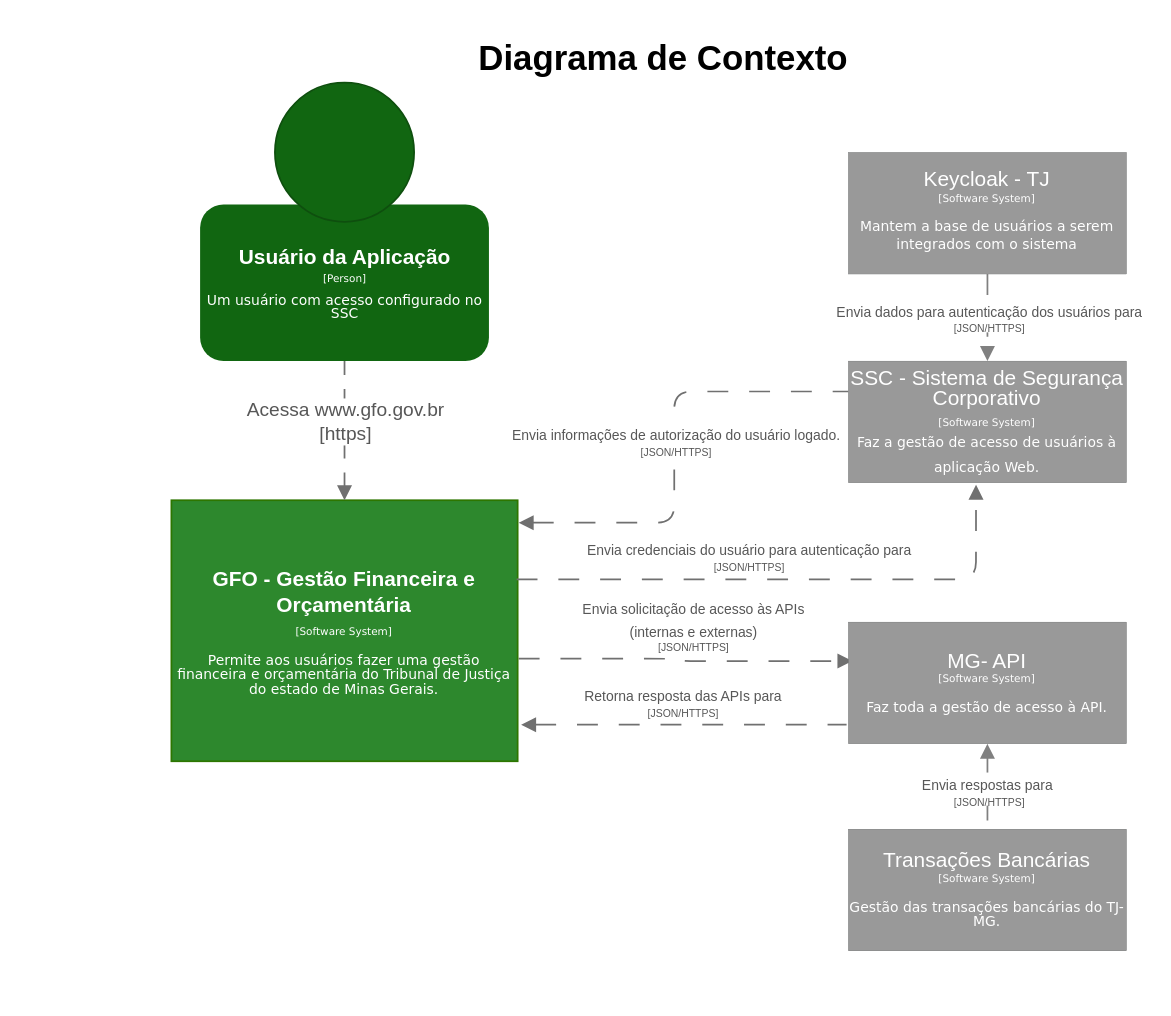
Earlier version of the draw.io diagram drawio/Diagrama Context v1.drawio (vitorecdias/drawio). Source tidied: cells renumbered, new cells numbered last; positions are measured from the earlier drawing's top-left corner, leaving out a move shared by most shapes. Both pictures are drawn from the tidied source at 174%, with x=0, y=0 at pixel (171, 30).
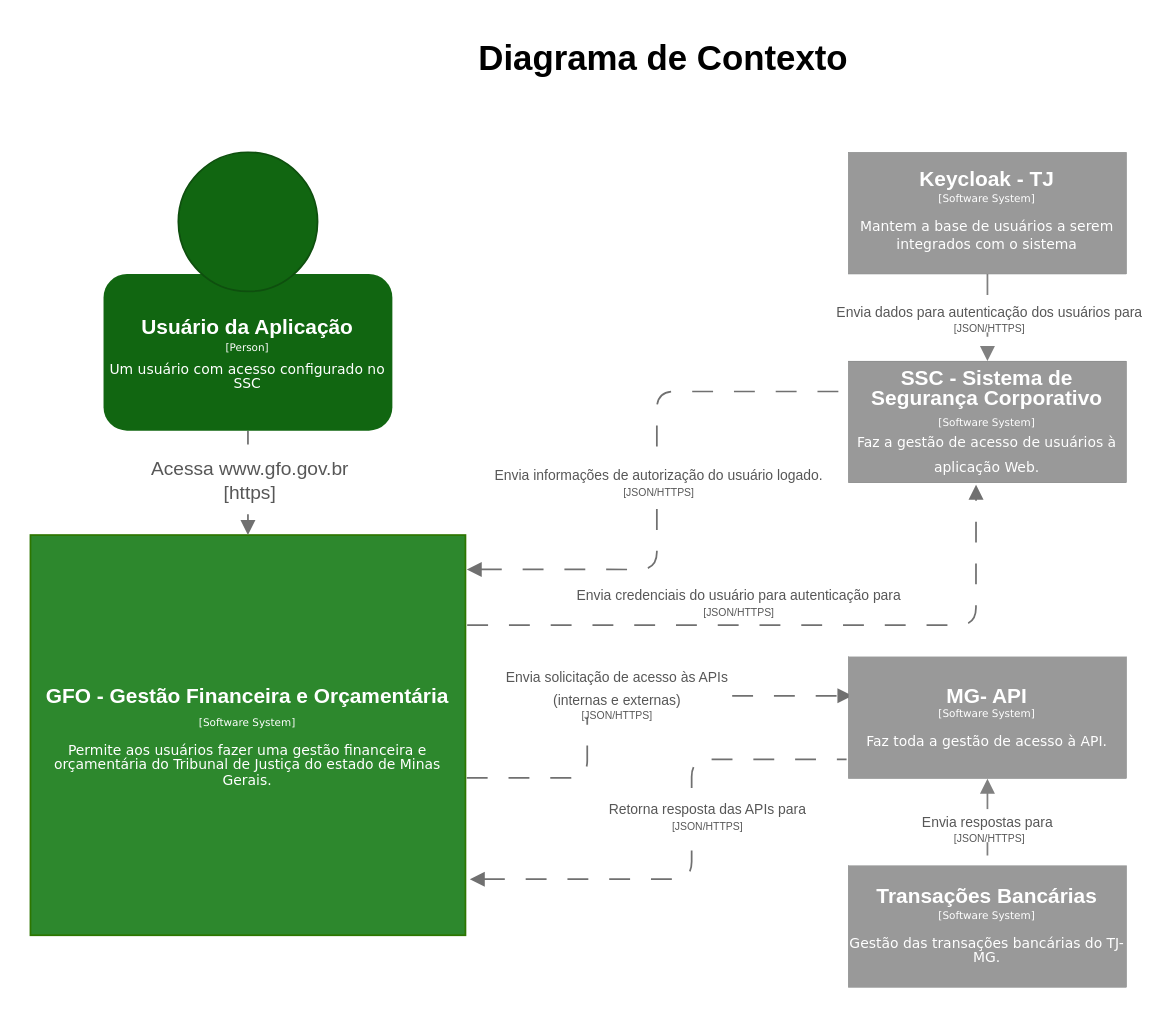
The same page after the edit.

The edit, as a diff of the source:
```diff
@@
     <mxCell id="3" style="edgeStyle=orthogonalEdgeStyle;rounded=1;jettySize=auto;html=1;curved=0;strokeColor=light-dark(#707070,#EDEDED);dashed=1;dashPattern=12 12;entryX=0.015;entryY=0.32;entryDx=0;entryDy=0;endArrow=block;endFill=1;exitX=1.003;exitY=0.607;exitDx=0;exitDy=0;exitPerimeter=0;entryPerimeter=0;" parent="1" edge="1" source="5" target="9">
-      <mxGeometry relative="1" as="geometry" />
+      <mxGeometry relative="1" as="geometry">
+        <Array as="points">
+          <mxPoint x="239" y="430" />
+          <mxPoint x="239" y="382" />
+        </Array>
+      </mxGeometry>
     </mxCell>
     <mxCell id="4" value="&lt;font style=&quot;color: rgb(87, 87, 87); font-size: 8px; line-height: 30%;&quot;&gt;Envia solicitação de acesso às APIs&lt;br&gt;(internas e externas)&lt;/font&gt;&lt;div style=&quot;line-height: 20%;&quot;&gt;&lt;font style=&quot;font-size: 6px; color: rgb(87, 87, 87); line-height: 20%;&quot;&gt;[JSON/HTTPS]&lt;/font&gt;&lt;/div&gt;" style="edgeLabel;html=1;align=center;verticalAlign=middle;" parent="3" vertex="1">
       <mxGeometry x="-0.14" relative="1" as="geometry">
-        <mxPoint x="17" y="-21" as="offset" />
+        <mxPoint x="17" y="-3" as="offset" />
       </mxGeometry>
     </mxCell>
     <mxCell id="5" value="&lt;div style=&quot;line-height: 70%;&quot;&gt;&lt;font&gt;&lt;b style=&quot;line-height: 130%;&quot;&gt;GFO - Gestão Financeira e Orçamentária&lt;/b&gt;&lt;/font&gt;&lt;div&gt;&lt;font face=&quot;Verdana&quot; style=&quot;font-size: 6px; line-height: 70%;&quot;&gt;[Software System]&lt;/font&gt;&lt;/div&gt;&lt;div&gt;&lt;font face=&quot;Verdana&quot; style=&quot;font-size: 6px; line-height: 70%;&quot;&gt;&lt;br&gt;&lt;/font&gt;&lt;/div&gt;&lt;div&gt;&lt;font face=&quot;Verdana&quot; style=&quot;line-height: 70%; font-size: 8px;&quot;&gt;Permite aos usuários fazer uma gestão financeira e orçamentária do Tribunal de Justiça do estado de Minas Gerais.&lt;/font&gt;&lt;/div&gt;&lt;/div&gt;" style="rounded=0;whiteSpace=wrap;html=1;fillColor=#2D882D;fontColor=#ffffff;strokeColor=#2D7600;" parent="1" vertex="1">
-      <mxGeometry y="270" width="199" height="150" as="geometry" />
+      <mxGeometry x="-81" y="290" width="250" height="230" as="geometry" />
     </mxCell>
-    <mxCell id="6" value="&lt;div style=&quot;line-height: 100%;&quot;&gt;SSC - Sistema de Segurança Corporativo&lt;br&gt;&lt;div&gt;&lt;font style=&quot;font-size: 6px; line-height: 70%;&quot; face=&quot;Verdana&quot;&gt;[Software System]&lt;/font&gt;&lt;/div&gt;&lt;div&gt;&lt;span style=&quot;font-size: 8px; font-family: Verdana; background-color: transparent; color: light-dark(rgb(255, 255, 255), rgb(18, 18, 18));&quot;&gt;Faz a gestão de acesso de usuários à aplicação Web.&lt;/span&gt;&lt;/div&gt;&lt;/div&gt;" style="rounded=0;whiteSpace=wrap;html=1;fillColor=light-dark(#999999,#515151);strokeColor=#36393d;fontColor=#FFFFFF;strokeWidth=0;" parent="1" vertex="1">
+    <mxCell id="6" value="&lt;div style=&quot;line-height: 100%;&quot;&gt;&lt;b&gt;SSC - Sistema de Segurança Corporativo&lt;br&gt;&lt;/b&gt;&lt;div&gt;&lt;font style=&quot;font-size: 6px; line-height: 70%;&quot; face=&quot;Verdana&quot;&gt;[Software System]&lt;/font&gt;&lt;/div&gt;&lt;div&gt;&lt;span style=&quot;font-size: 8px; font-family: Verdana; background-color: transparent; color: light-dark(rgb(255, 255, 255), rgb(18, 18, 18));&quot;&gt;Faz a gestão de acesso de usuários à aplicação Web.&lt;/span&gt;&lt;/div&gt;&lt;/div&gt;" style="rounded=0;whiteSpace=wrap;html=1;fillColor=light-dark(#999999,#515151);strokeColor=#36393d;fontColor=#FFFFFF;strokeWidth=0;" parent="1" vertex="1">
       <mxGeometry x="389" y="190" width="160" height="70" as="geometry" />
     </mxCell>
@@
-    <mxCell id="9" value="&lt;div style=&quot;line-height: 70%;&quot;&gt;&lt;div&gt;&lt;font style=&quot;line-height: 70%;&quot;&gt;MG- API&lt;/font&gt;&lt;/div&gt;&lt;div&gt;&lt;font style=&quot;font-size: 6px; line-height: 70%;&quot; face=&quot;Verdana&quot;&gt;[Software System]&lt;/font&gt;&lt;/div&gt;&lt;div&gt;&lt;font style=&quot;font-size: 6px; line-height: 70%;&quot; face=&quot;Verdana&quot;&gt;&lt;br&gt;&lt;/font&gt;&lt;/div&gt;&lt;div&gt;&lt;font style=&quot;line-height: 70%; font-size: 8px;&quot; face=&quot;Verdana&quot;&gt;Faz toda a gestão de acesso à API.&lt;/font&gt;&lt;/div&gt;&lt;/div&gt;" style="rounded=0;whiteSpace=wrap;html=1;fillColor=light-dark(#999999,#515151);strokeColor=#36393d;fontColor=#FFFFFF;strokeWidth=0;" parent="1" vertex="1">
-      <mxGeometry x="389" y="340" width="160" height="70" as="geometry" />
+    <mxCell id="9" value="&lt;div style=&quot;line-height: 70%;&quot;&gt;&lt;div&gt;&lt;font style=&quot;line-height: 70%;&quot;&gt;&lt;b&gt;MG- API&lt;/b&gt;&lt;/font&gt;&lt;/div&gt;&lt;div&gt;&lt;font style=&quot;font-size: 6px; line-height: 70%;&quot; face=&quot;Verdana&quot;&gt;[Software System]&lt;/font&gt;&lt;/div&gt;&lt;div&gt;&lt;font style=&quot;font-size: 6px; line-height: 70%;&quot; face=&quot;Verdana&quot;&gt;&lt;br&gt;&lt;/font&gt;&lt;/div&gt;&lt;div&gt;&lt;font style=&quot;line-height: 70%; font-size: 8px;&quot; face=&quot;Verdana&quot;&gt;Faz toda a gestão de acesso à API.&lt;/font&gt;&lt;/div&gt;&lt;/div&gt;" style="rounded=0;whiteSpace=wrap;html=1;fillColor=light-dark(#999999,#515151);strokeColor=#36393d;fontColor=#FFFFFF;strokeWidth=0;" parent="1" vertex="1">
+      <mxGeometry x="389" y="360" width="160" height="70" as="geometry" />
     </mxCell>
-    <mxCell id="10" value="&lt;div style=&quot;line-height: 70%;&quot;&gt;&lt;div&gt;&lt;font style=&quot;line-height: 70%;&quot;&gt;Transações Bancárias&lt;/font&gt;&lt;/div&gt;&lt;div&gt;&lt;font style=&quot;font-size: 6px; line-height: 70%;&quot; face=&quot;Verdana&quot;&gt;[Software System]&lt;/font&gt;&lt;/div&gt;&lt;div&gt;&lt;font style=&quot;font-size: 6px; line-height: 70%;&quot; face=&quot;Verdana&quot;&gt;&lt;br&gt;&lt;/font&gt;&lt;/div&gt;&lt;div&gt;&lt;font style=&quot;line-height: 70%; font-size: 8px;&quot; face=&quot;Verdana&quot;&gt;Gestão das transações bancárias do TJ-MG.&lt;/font&gt;&lt;/div&gt;&lt;/div&gt;" style="rounded=0;whiteSpace=wrap;html=1;fillColor=light-dark(#999999,#515151);strokeColor=#36393d;fontColor=#FFFFFF;strokeWidth=0;" parent="1" vertex="1">
-      <mxGeometry x="389" y="459" width="160" height="70" as="geometry" />
+    <mxCell id="10" value="&lt;div style=&quot;line-height: 70%;&quot;&gt;&lt;div&gt;&lt;font style=&quot;line-height: 70%;&quot;&gt;&lt;b&gt;Transações Bancárias&lt;/b&gt;&lt;/font&gt;&lt;/div&gt;&lt;div&gt;&lt;font style=&quot;font-size: 6px; line-height: 70%;&quot; face=&quot;Verdana&quot;&gt;[Software System]&lt;/font&gt;&lt;/div&gt;&lt;div&gt;&lt;font style=&quot;font-size: 6px; line-height: 70%;&quot; face=&quot;Verdana&quot;&gt;&lt;br&gt;&lt;/font&gt;&lt;/div&gt;&lt;div&gt;&lt;font style=&quot;line-height: 70%; font-size: 8px;&quot; face=&quot;Verdana&quot;&gt;Gestão das transações bancárias do TJ-MG.&lt;/font&gt;&lt;/div&gt;&lt;/div&gt;" style="rounded=0;whiteSpace=wrap;html=1;fillColor=light-dark(#999999,#515151);strokeColor=#36393d;fontColor=#FFFFFF;strokeWidth=0;" parent="1" vertex="1">
+      <mxGeometry x="389" y="480" width="160" height="70" as="geometry" />
     </mxCell>
@@
     <mxCell id="13" style="edgeStyle=orthogonalEdgeStyle;rounded=1;jettySize=auto;html=1;curved=0;strokeColor=light-dark(#707070,#EDEDED);dashed=1;dashPattern=12 12;entryX=0;entryY=0.25;entryDx=0;entryDy=0;exitX=1.003;exitY=0.086;exitDx=0;exitDy=0;endArrow=none;endFill=1;startArrow=block;startFill=1;exitPerimeter=0;" parent="1" edge="1" source="5" target="6">
-      <mxGeometry relative="1" as="geometry">
-        <Array as="points">
-          <mxPoint x="289" y="283" />
-          <mxPoint x="289" y="208" />
-        </Array>
-      </mxGeometry>
+      <mxGeometry relative="1" as="geometry" />
     </mxCell>
@@
-    <mxCell id="15" value="&lt;div style=&quot;line-height: 70%;&quot;&gt;Keycloak - TJ&lt;br&gt;&lt;div&gt;&lt;font style=&quot;font-size: 6px; line-height: 70%;&quot; face=&quot;Verdana&quot;&gt;[Software System]&lt;/font&gt;&lt;/div&gt;&lt;div&gt;&lt;font style=&quot;font-size: 6px; line-height: 70%;&quot; face=&quot;Verdana&quot;&gt;&lt;br&gt;&lt;/font&gt;&lt;/div&gt;&lt;div&gt;&lt;font face=&quot;Verdana&quot;&gt;&lt;span style=&quot;font-size: 8px;&quot;&gt;Mantem a base de usuários a serem integrados com o sistema&lt;/span&gt;&lt;/font&gt;&lt;/div&gt;&lt;/div&gt;" style="rounded=0;whiteSpace=wrap;html=1;fillColor=light-dark(#999999,#515151);strokeColor=#36393d;fontColor=#FFFFFF;strokeWidth=0;" parent="1" vertex="1">
+    <mxCell id="15" value="&lt;div style=&quot;line-height: 70%;&quot;&gt;&lt;b&gt;Keycloak - TJ&lt;br&gt;&lt;/b&gt;&lt;div&gt;&lt;font style=&quot;font-size: 6px; line-height: 70%;&quot; face=&quot;Verdana&quot;&gt;[Software System]&lt;/font&gt;&lt;/div&gt;&lt;div&gt;&lt;font style=&quot;font-size: 6px; line-height: 70%;&quot; face=&quot;Verdana&quot;&gt;&lt;br&gt;&lt;/font&gt;&lt;/div&gt;&lt;div&gt;&lt;font face=&quot;Verdana&quot;&gt;&lt;span style=&quot;font-size: 8px;&quot;&gt;Mantem a base de usuários a serem integrados com o sistema&lt;/span&gt;&lt;/font&gt;&lt;/div&gt;&lt;/div&gt;" style="rounded=0;whiteSpace=wrap;html=1;fillColor=light-dark(#999999,#515151);strokeColor=#36393d;fontColor=#FFFFFF;strokeWidth=0;" parent="1" vertex="1">
       <mxGeometry x="389" y="70" width="160" height="70" as="geometry" />
     </mxCell>
@@
-    <mxCell id="18" style="edgeStyle=orthogonalEdgeStyle;rounded=1;jettySize=auto;html=1;curved=0;strokeColor=light-dark(#707070,#EDEDED);dashed=1;dashPattern=12 12;entryX=0.459;entryY=1.015;entryDx=0;entryDy=0;exitX=0.997;exitY=0.303;exitDx=0;exitDy=0;endArrow=block;endFill=1;startArrow=none;startFill=0;entryPerimeter=0;exitPerimeter=0;" parent="1" edge="1" source="5" target="6">
+    <mxCell id="18" style="edgeStyle=orthogonalEdgeStyle;rounded=1;jettySize=auto;html=1;curved=0;strokeColor=light-dark(#707070,#EDEDED);dashed=1;dashPattern=12 12;entryX=0.459;entryY=1.015;entryDx=0;entryDy=0;exitX=1.004;exitY=0.225;exitDx=0;exitDy=0;endArrow=block;endFill=1;startArrow=none;startFill=0;entryPerimeter=0;exitPerimeter=0;" parent="1" edge="1" source="5" target="6">
       <mxGeometry relative="1" as="geometry" />
     </mxCell>
@@
     <mxCell id="20" style="edgeStyle=orthogonalEdgeStyle;rounded=1;jettySize=auto;html=1;curved=0;strokeColor=light-dark(#707070,#EDEDED);dashed=1;dashPattern=12 12;entryX=-0.006;entryY=0.842;entryDx=0;entryDy=0;endArrow=none;endFill=1;exitX=1.01;exitY=0.86;exitDx=0;exitDy=0;startArrow=block;startFill=1;entryPerimeter=0;exitPerimeter=0;" parent="1" edge="1" source="5" target="9">
-      <mxGeometry relative="1" as="geometry" />
+      <mxGeometry relative="1" as="geometry">
+        <Array as="points">
+          <mxPoint x="299" y="488" />
+          <mxPoint x="299" y="419" />
+        </Array>
+      </mxGeometry>
     </mxCell>
     <mxCell id="21" value="&lt;font style=&quot;color: rgb(87, 87, 87); line-height: 50%; font-size: 8px;&quot;&gt;Retorna resposta das APIs para&lt;/font&gt;&lt;div style=&quot;line-height: 50%;&quot;&gt;&lt;font style=&quot;font-size: 6px; color: rgb(87, 87, 87); line-height: 50%;&quot;&gt;[JSON/HTTPS]&lt;/font&gt;&lt;/div&gt;" style="edgeLabel;html=1;align=center;verticalAlign=middle;" parent="20" vertex="1">
       <mxGeometry x="-0.14" relative="1" as="geometry">
-        <mxPoint x="13" y="-15" as="offset" />
+        <mxPoint x="13" y="-38" as="offset" />
       </mxGeometry>
     </mxCell>
     <mxCell id="22" style="group;" parent="1" vertex="1">
-      <mxGeometry x="16.5" y="30" width="166" height="160" as="geometry" />
+      <mxGeometry x="-39" y="70" width="166" height="160" as="geometry" />
     </mxCell>
```
